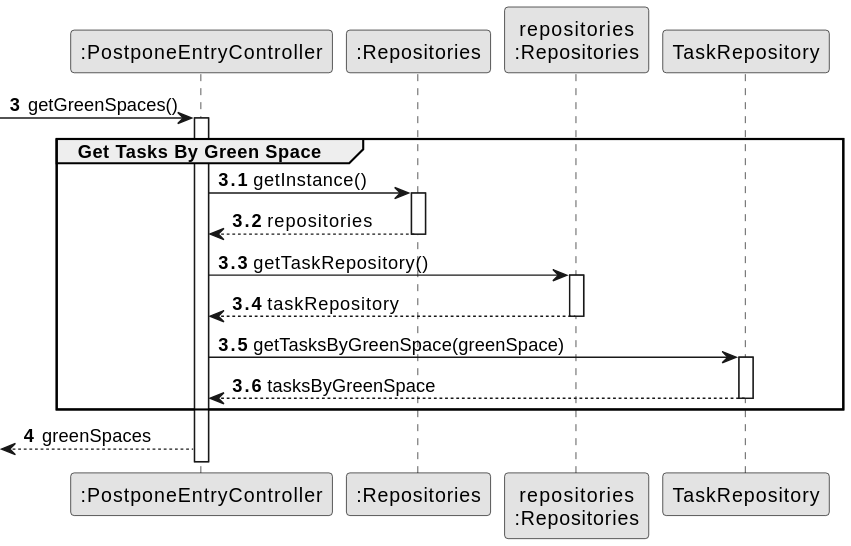
The PlantUML diagram docs/sprintC/us024/03.design/svg/us024-sequence-diagram-partial-get-tasks-by-green-space.svg in Departamento-de-Engenharia-Informatica/lei-24-s2-1dm-g132, before a commit.
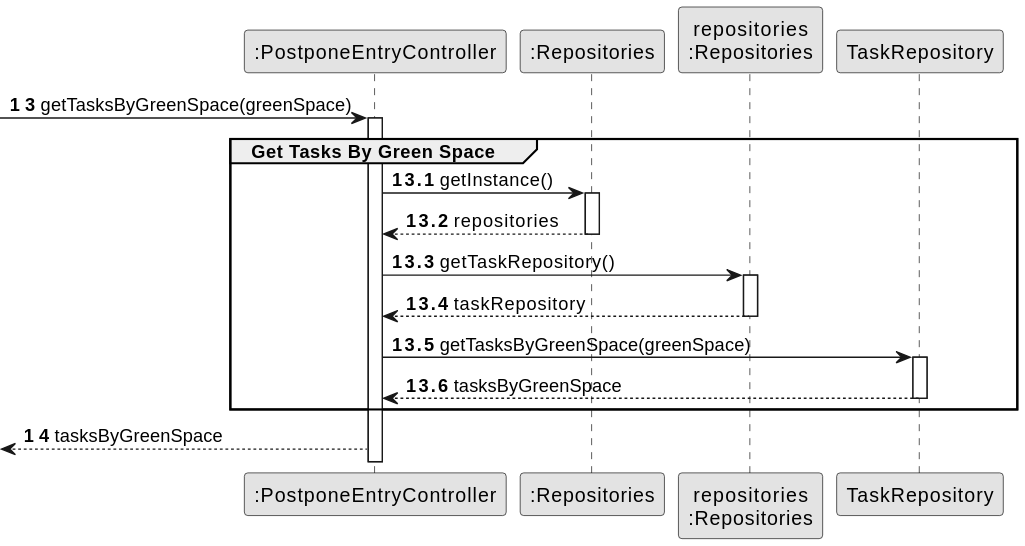
The same diagram one commit later.

Commit message:
US24 fixed small typo in sequence diagram partial

What changed in the source:
```diff
@@ -8,10 +8,10 @@
 participant "repositories\n:Repositories" as PLAT
 participant "TaskRepository" as TaskRepository
 
-autonumber 3
--> CTRL : getGreenSpaces()
+autonumber 13
+-> CTRL : getTasksByGreenSpace(greenSpace)
 
-autonumber 3.1
+autonumber 13.1
 
 activate CTRL
     group Get Tasks By Green Space
@@ -34,6 +34,6 @@
            deactivate TaskRepository
 
 end group
-autonumber 4
-<-- CTRL : greenSpaces
+autonumber 14
+<-- CTRL : tasksByGreenSpace
 @enduml
```
